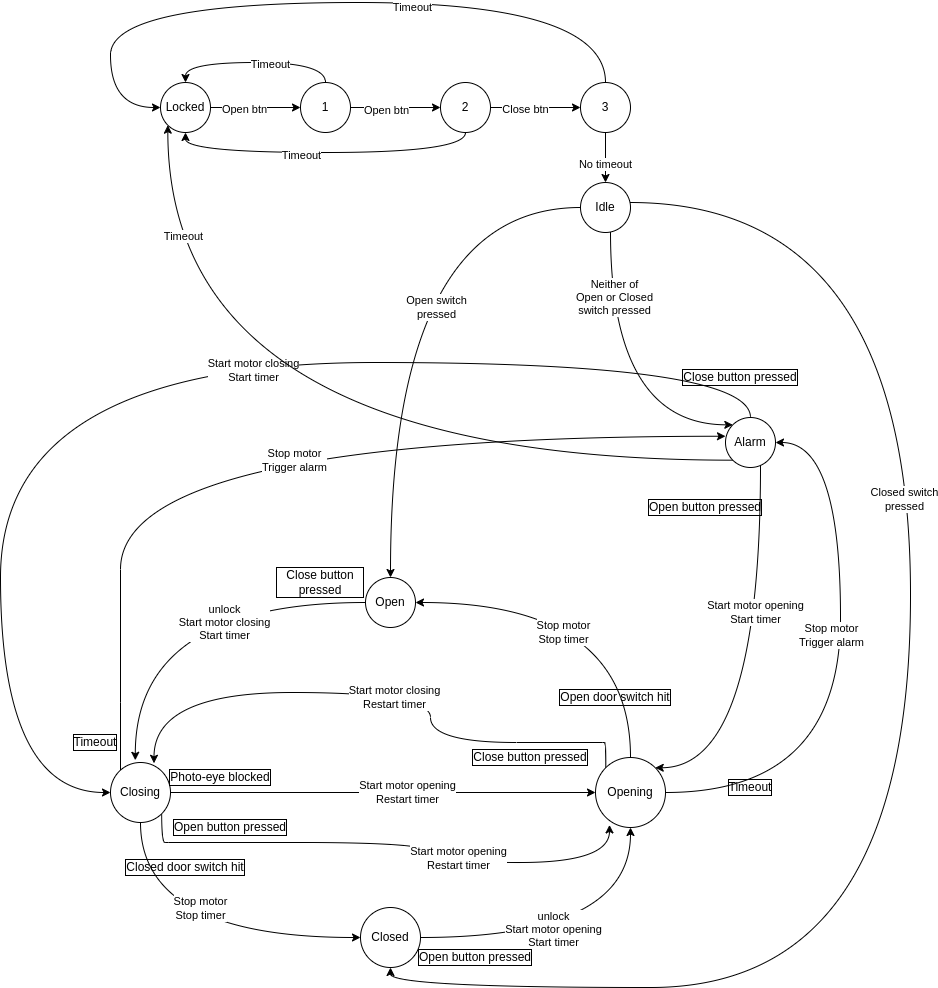
Above: AtmelStudio/Drafts/StateMachineGarageDoor/StateMachineGarageDoor/garageDoorStatemachine.drawio.png in xb0be/avr-programming (draw.io), before the change. Source tidied: cells renumbered, new cells last; positions are measured from the earlier drawing's top-left corner, leaving out a move shared by most shapes.
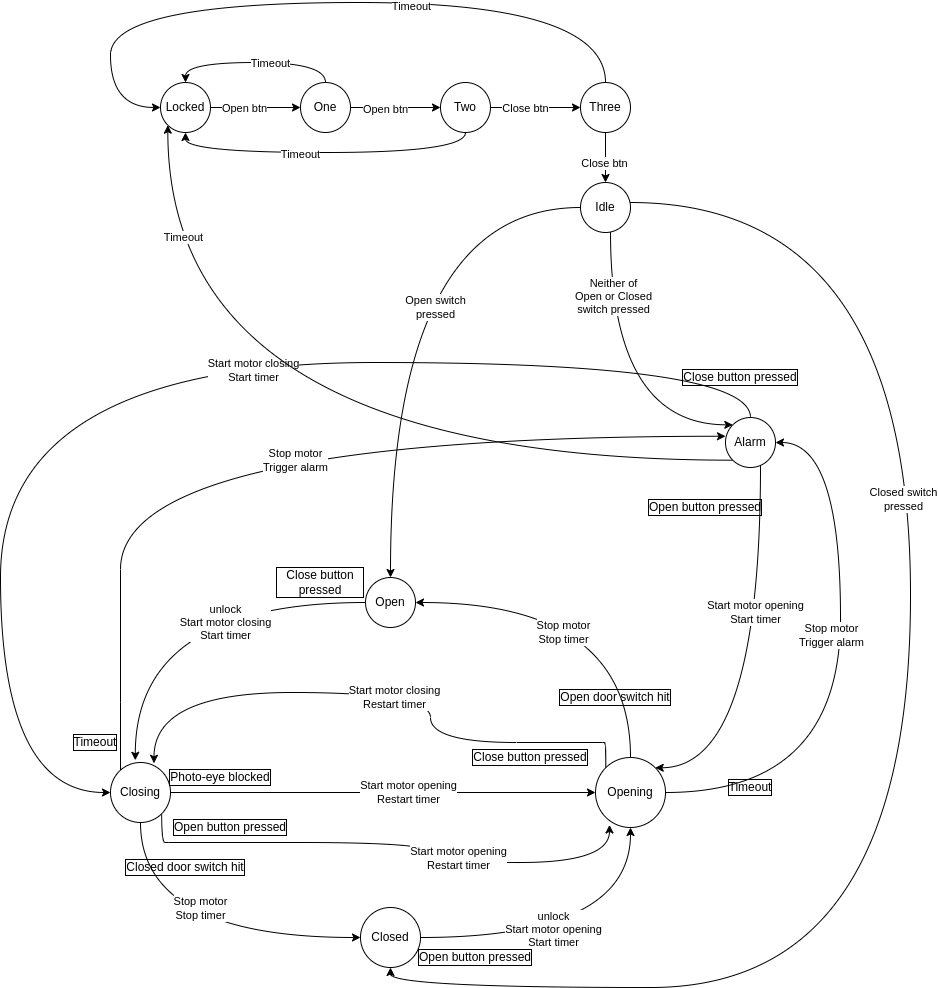
After the change.

Commit message:
updated state machine graph

Diff of the diagram source:
```diff
@@ -205,7 +205,7 @@
     <mxCell id="49" value="Timeout" style="edgeLabel;html=1;align=center;verticalAlign=middle;" parent="48" vertex="1">
       <mxGeometry x="-0.16" y="1" relative="1" as="geometry" />
     </mxCell>
-    <mxCell id="50" value="1" style="ellipse;whiteSpace=wrap;html=1;" parent="1" vertex="1">
+    <mxCell id="50" value="One" style="ellipse;whiteSpace=wrap;html=1;" parent="1" vertex="1">
       <mxGeometry x="300" y="80" width="50" height="50" as="geometry" />
     </mxCell>
     <mxCell id="51" style="edgeStyle=orthogonalEdgeStyle;rounded=0;jettySize=auto;html=1;entryX=0;entryY=0.5;entryDx=0;entryDy=0;" parent="1" edge="1" source="55" target="60">
@@ -220,7 +220,7 @@
     <mxCell id="54" value="Timeout" style="edgeLabel;html=1;align=center;verticalAlign=middle;" parent="53" vertex="1">
       <mxGeometry x="0.16" y="2" relative="1" as="geometry" />
     </mxCell>
-    <mxCell id="55" value="2" style="ellipse;whiteSpace=wrap;html=1;" parent="1" vertex="1">
+    <mxCell id="55" value="Two" style="ellipse;whiteSpace=wrap;html=1;" parent="1" vertex="1">
       <mxGeometry x="440" y="80" width="50" height="50" as="geometry" />
     </mxCell>
     <mxCell id="56" style="edgeStyle=orthogonalEdgeStyle;curved=1;rounded=0;jettySize=auto;html=1;entryX=0;entryY=0.5;entryDx=0;entryDy=0;exitX=0.5;exitY=0;exitDx=0;exitDy=0;" parent="1" edge="1" source="60" target="45">
@@ -238,10 +238,10 @@
     <mxCell id="58" style="edgeStyle=orthogonalEdgeStyle;curved=1;rounded=0;jettySize=auto;html=1;entryX=0.5;entryY=0;entryDx=0;entryDy=0;" parent="1" edge="1" source="60" target="67">
       <mxGeometry relative="1" as="geometry" />
     </mxCell>
-    <mxCell id="59" value="No timeout" style="edgeLabel;html=1;align=center;verticalAlign=middle;" parent="58" vertex="1">
+    <mxCell id="59" value="Close btn" style="edgeLabel;html=1;align=center;verticalAlign=middle;" parent="58" vertex="1">
       <mxGeometry x="0.22" y="-1" relative="1" as="geometry" />
     </mxCell>
-    <mxCell id="60" value="3" style="ellipse;whiteSpace=wrap;html=1;" parent="1" vertex="1">
+    <mxCell id="60" value="Three" style="ellipse;whiteSpace=wrap;html=1;" parent="1" vertex="1">
       <mxGeometry x="580" y="80" width="50" height="50" as="geometry" />
     </mxCell>
     <mxCell id="61" style="edgeStyle=orthogonalEdgeStyle;curved=1;rounded=0;jettySize=auto;html=1;entryX=0.5;entryY=0;entryDx=0;entryDy=0;" parent="1" edge="1" source="67" target="4">
```
